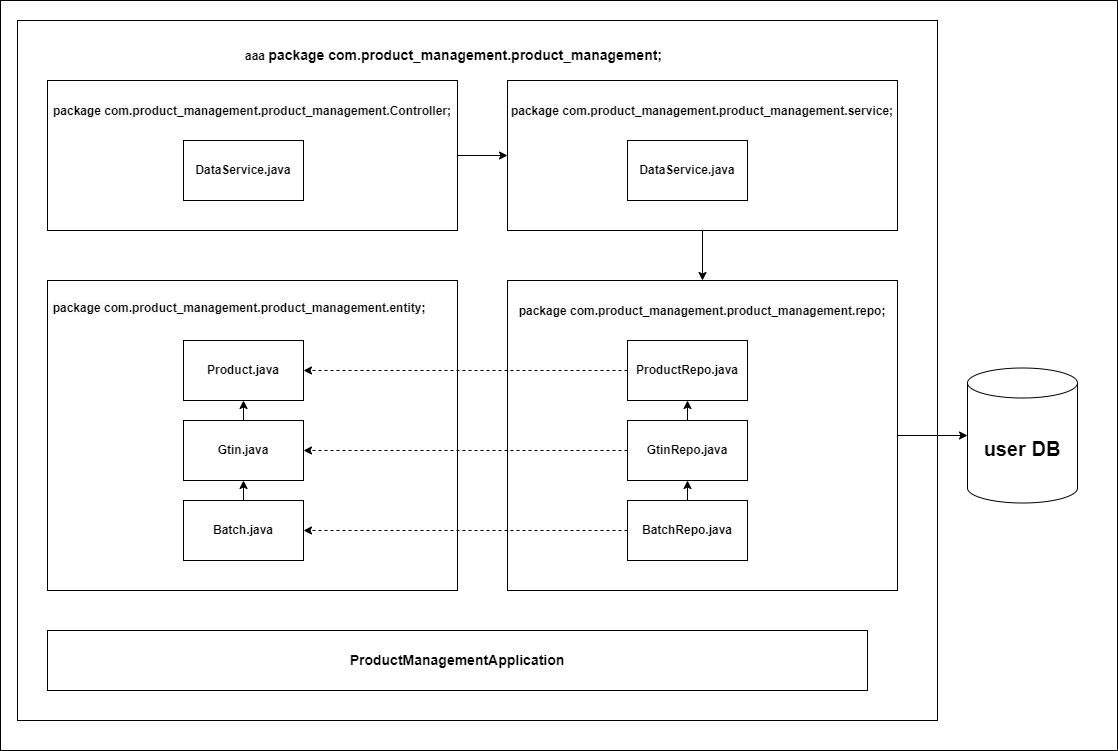
pushkar666/PRODUCT-MANAGEMENT keeps this draw.io diagram as code_block.png. Above is the earlier version. Source tidied: cells renumbered, new cells last; positions are measured from the earlier drawing's top-left corner, leaving out a move shared by most shapes.
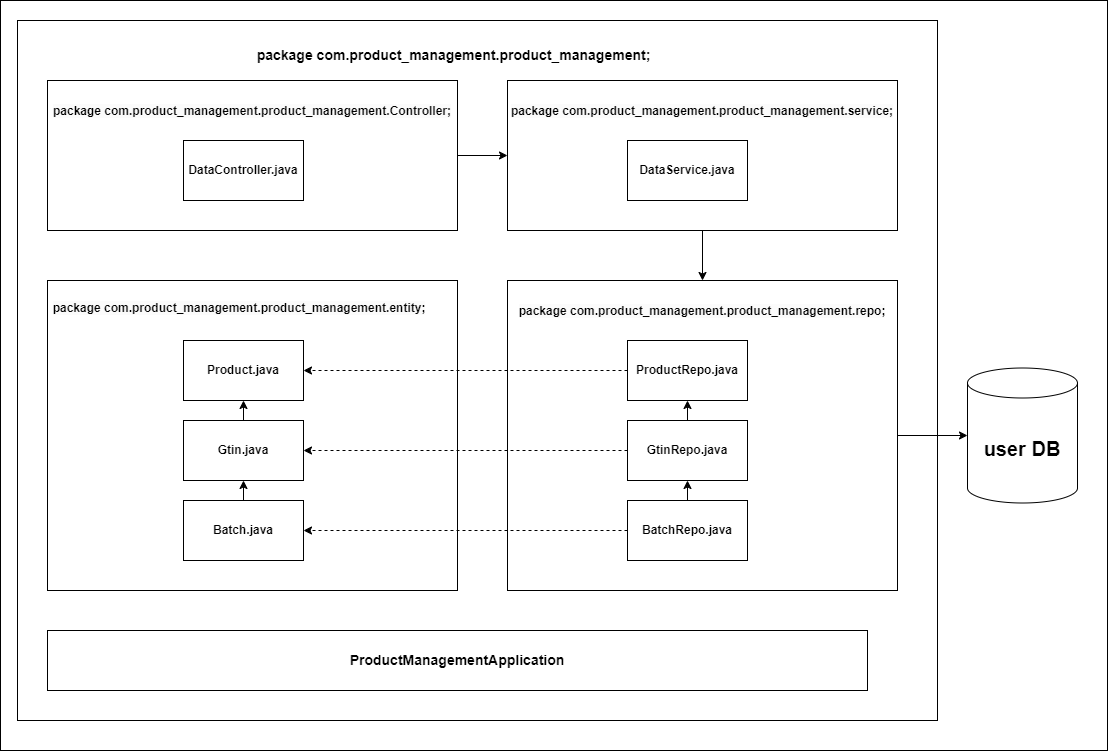
Later version of the same file.

Diff of the diagram source:
```diff
@@ -3,7 +3,7 @@
     <mxCell id="0" />
     <mxCell id="1" parent="0" />
     <mxCell id="2" style="rounded=0;whiteSpace=wrap;html=1;" parent="1" vertex="1">
-      <mxGeometry width="1117" height="750" as="geometry" />
+      <mxGeometry width="1107" height="750" as="geometry" />
     </mxCell>
     <mxCell id="3" style="rounded=0;whiteSpace=wrap;html=1;fontStyle=1;" parent="1" vertex="1">
       <mxGeometry x="17" y="20" width="920" height="700" as="geometry" />
@@ -80,10 +80,10 @@
     <mxCell id="27" value="&lt;br&gt;&lt;span style=&quot;color: rgb(0, 0, 0); font-family: Helvetica; font-size: 12px; font-style: normal; font-variant-ligatures: normal; font-variant-caps: normal; letter-spacing: normal; orphans: 2; text-align: center; text-indent: 0px; text-transform: none; widows: 2; word-spacing: 0px; -webkit-text-stroke-width: 0px; white-space: nowrap; background-color: rgb(251, 251, 251); text-decoration-thickness: initial; text-decoration-style: initial; text-decoration-color: initial; float: none; display: inline !important;&quot;&gt;package com.product_management.product_management.Controller;&lt;/span&gt;" style="text;html=1;align=center;verticalAlign=bottom;whiteSpace=wrap;rounded=0;fontStyle=1;" parent="1" vertex="1">
       <mxGeometry x="64.2" y="90" width="375.5" height="30" as="geometry" />
     </mxCell>
-    <mxCell id="28" value="DataService.java" style="rounded=0;whiteSpace=wrap;html=1;fontStyle=1;" parent="1" vertex="1">
+    <mxCell id="28" value="DataController.java" style="rounded=0;whiteSpace=wrap;html=1;fontStyle=1;" parent="1" vertex="1">
       <mxGeometry x="183" y="140" width="120" height="60" as="geometry" />
     </mxCell>
-    <mxCell id="29" value="aaa&amp;nbsp;&lt;font face=&quot;Helvetica&quot;&gt;&lt;span style=&quot;font-size: 14px; white-space: pre;&quot;&gt;package&lt;/span&gt;&lt;span style=&quot;font-size: 14px; white-space: pre;&quot;&gt; &lt;/span&gt;&lt;span style=&quot;font-size: 14px; white-space: pre;&quot;&gt;com.product_management.product_management&lt;/span&gt;&lt;span style=&quot;font-size: 14px; white-space: pre; background-color: rgb(255, 255, 255);&quot;&gt;;&lt;/span&gt;&lt;/font&gt;" style="text;html=1;align=center;verticalAlign=middle;whiteSpace=wrap;rounded=0;fontStyle=1;" parent="1" vertex="1">
+    <mxCell id="29" value="&lt;font face=&quot;Helvetica&quot;&gt;&lt;span style=&quot;font-size: 14px; white-space: pre;&quot;&gt;package&lt;/span&gt;&lt;span style=&quot;font-size: 14px; white-space: pre;&quot;&gt; &lt;/span&gt;&lt;span style=&quot;font-size: 14px; white-space: pre;&quot;&gt;com.product_management.product_management&lt;/span&gt;&lt;span style=&quot;font-size: 14px; white-space: pre; background-color: rgb(255, 255, 255);&quot;&gt;;&lt;/span&gt;&lt;/font&gt;" style="text;html=1;align=center;verticalAlign=middle;whiteSpace=wrap;rounded=0;fontStyle=1;" parent="1" vertex="1">
       <mxGeometry x="222" y="40" width="463" height="30" as="geometry" />
     </mxCell>
     <mxCell id="30" value="&lt;font face=&quot;Helvetica&quot;&gt;&lt;span style=&quot;font-size: 14px; white-space: pre;&quot;&gt;ProductManagementApplication&lt;/span&gt;&lt;/font&gt;" style="rounded=0;whiteSpace=wrap;html=1;fontStyle=1;" parent="1" vertex="1">
```
